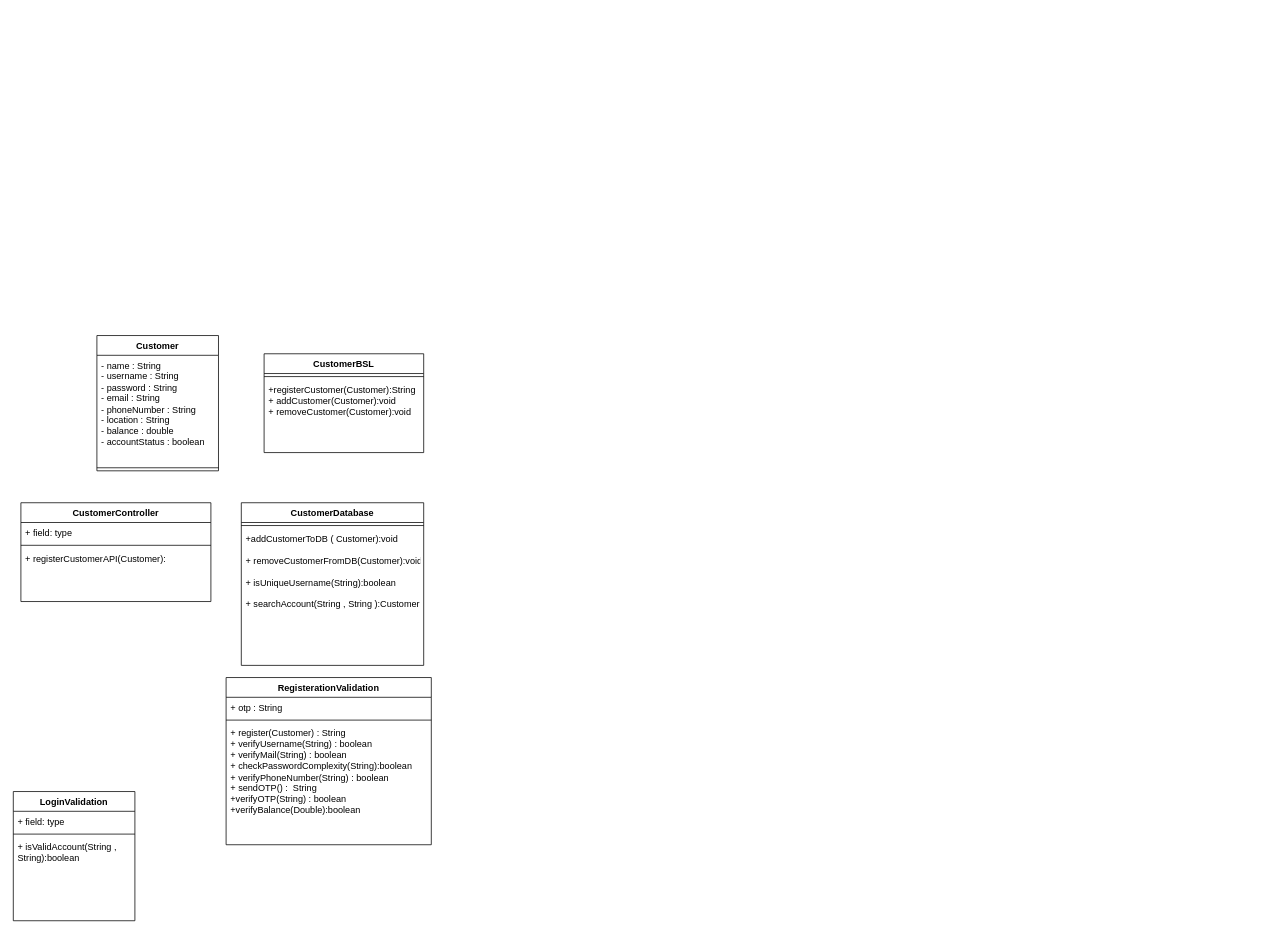
Doha-Tarek155/orders-notifications-service keeps this draw.io diagram as class Diagram.drawio. Above is the earlier version. Source tidied: cells renumbered, new cells numbered last; positions are measured from the earlier drawing's top-left corner, leaving out a move shared by most shapes. Both pictures are drawn from the tidied source at 76%, with x=0, y=0 at pixel (13, 335).
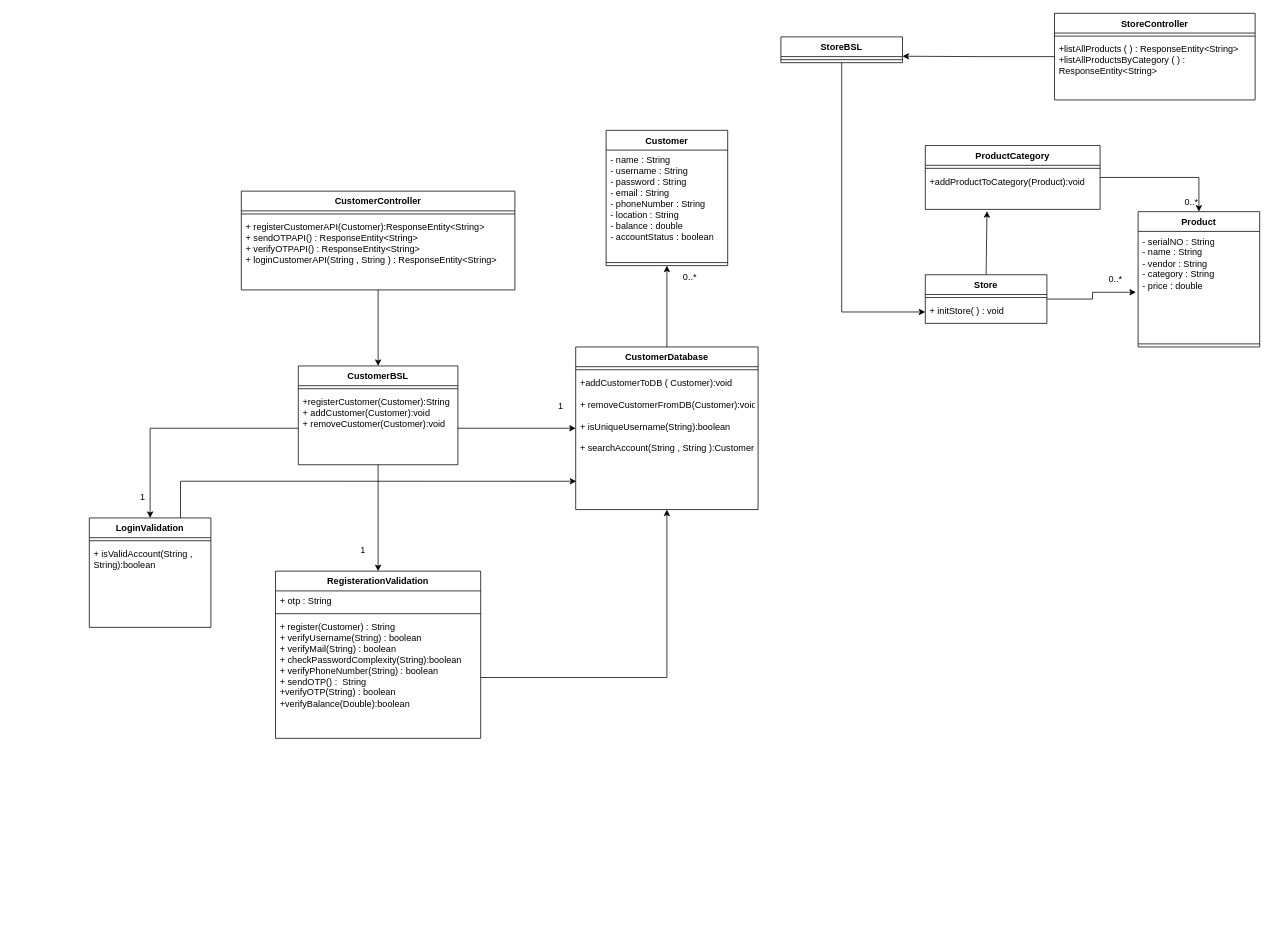
The same page after the edit.

Unchanged cells that the change refers to:
```xml
<mxCell id="7" value="+registerCustomer(Customer):String&lt;br&gt;+ addCustomer(Customer):void&lt;br&gt;+ removeCustomer(Customer):void&lt;br&gt;" style="text;strokeColor=none;fillColor=none;align=left;verticalAlign=top;spacingLeft=4;spacingRight=4;overflow=hidden;points=[[0,0.5],[1,0.5]];portConstraint=eastwest;whiteSpace=wrap;html=1;" parent="5" vertex="1">
  <mxGeometry y="34" width="210" height="96" as="geometry" />
</mxCell>
<mxCell id="14" value="+addCustomerToDB ( Customer):void&lt;br&gt;&lt;br&gt;+&amp;nbsp;removeCustomerFromDB(Customer):void&lt;br&gt;&lt;br&gt;+ isUniqueUsername(String):boolean&lt;br&gt;&lt;br&gt;+ searchAccount(String , String ):Customer" style="text;strokeColor=none;fillColor=none;align=left;verticalAlign=top;spacingLeft=4;spacingRight=4;overflow=hidden;points=[[0,0.5],[1,0.5]];portConstraint=eastwest;whiteSpace=wrap;html=1;" parent="12" vertex="1">
  <mxGeometry y="34" width="240" height="180" as="geometry" />
</mxCell>
<mxCell id="22" value="+ register(Customer) : String&lt;br&gt;+ verifyUsername(String) : boolean&lt;br&gt;+ verifyMail(String) : boolean&lt;br&gt;+ checkPasswordComplexity(String):boolean&lt;br&gt;+ verifyPhoneNumber(String) : boolean&lt;br&gt;+ sendOTP() :&amp;nbsp; String&lt;br&gt;+verifyOTP(String) : boolean&lt;br&gt;+verifyBalance(Double):boolean&lt;br&gt;&lt;br&gt;" style="text;strokeColor=none;fillColor=none;align=left;verticalAlign=top;spacingLeft=4;spacingRight=4;overflow=hidden;points=[[0,0.5],[1,0.5]];portConstraint=eastwest;whiteSpace=wrap;html=1;" parent="19" vertex="1">
  <mxGeometry y="60" width="270" height="160" as="geometry" />
</mxCell>
```

The edit, as a diff of the source:
```diff
@@
     <mxCell id="2" value="Customer" style="swimlane;fontStyle=1;align=center;verticalAlign=top;horizontal=1;startSize=26;whiteSpace=wrap;html=1;" parent="1" vertex="1">
-      <mxGeometry x="110" width="160" height="178" as="geometry" />
+      <mxGeometry x="780" y="-270" width="160" height="178" as="geometry" />
     </mxCell>
@@
+    <mxCell id="23" style="edgeStyle=orthogonalEdgeStyle;rounded=0;jettySize=auto;html=1;entryX=0.5;entryY=0;entryDx=0;entryDy=0;" parent="1" edge="1" source="5" target="19">
+      <mxGeometry relative="1" as="geometry" />
+    </mxCell>
     <mxCell id="5" value="CustomerBSL" style="swimlane;fontStyle=1;align=center;verticalAlign=top;horizontal=1;startSize=26;whiteSpace=wrap;html=1;" parent="1" vertex="1">
-      <mxGeometry x="330" y="24" width="210" height="130" as="geometry" />
+      <mxGeometry x="375" y="40" width="210" height="130" as="geometry" />
     </mxCell>
@@
+    <mxCell id="24" style="edgeStyle=orthogonalEdgeStyle;rounded=0;jettySize=auto;html=1;entryX=0.5;entryY=0;entryDx=0;entryDy=0;" parent="1" edge="1" source="8" target="5">
+      <mxGeometry relative="1" as="geometry" />
+    </mxCell>
     <mxCell id="8" value="CustomerController" style="swimlane;fontStyle=1;align=center;verticalAlign=top;horizontal=1;startSize=26;whiteSpace=wrap;html=1;" parent="1" vertex="1">
-      <mxGeometry x="10" y="220" width="250" height="130" as="geometry" />
+      <mxGeometry x="300" y="-190" width="360" height="130" as="geometry" />
     </mxCell>
-    <mxCell id="9" value="+ field: type" style="text;strokeColor=none;fillColor=none;align=left;verticalAlign=top;spacingLeft=4;spacingRight=4;overflow=hidden;whiteSpace=wrap;html=1;" parent="8" vertex="1">
-      <mxGeometry y="26" width="250" height="26" as="geometry" />
-    </mxCell>
     <mxCell id="10" style="line;strokeWidth=1;fillColor=none;align=left;verticalAlign=middle;spacingTop=-1;spacingLeft=3;spacingRight=3;labelPosition=right;strokeColor=inherit;" parent="8" vertex="1">
-      <mxGeometry y="52" width="250" height="8" as="geometry" />
+      <mxGeometry y="26" width="360" height="8" as="geometry" />
     </mxCell>
-    <mxCell id="11" value="+ registerCustomerAPI(Customer):" style="text;strokeColor=none;fillColor=none;align=left;verticalAlign=top;spacingLeft=4;spacingRight=4;overflow=hidden;whiteSpace=wrap;html=1;" parent="8" vertex="1">
-      <mxGeometry y="60" width="250" height="70" as="geometry" />
+    <mxCell id="11" value="+ registerCustomerAPI(Customer):ResponseEntity&amp;lt;String&amp;gt;&lt;br&gt;+ sendOTPAPI() : ResponseEntity&amp;lt;String&amp;gt;&lt;br&gt;+ verifyOTPAPI() :&amp;nbsp;ResponseEntity&amp;lt;String&amp;gt;&lt;br&gt;+ loginCustomerAPI(String , String ) :&amp;nbsp;ResponseEntity&amp;lt;String&amp;gt;" style="text;strokeColor=none;fillColor=none;align=left;verticalAlign=top;spacingLeft=4;spacingRight=4;overflow=hidden;whiteSpace=wrap;html=1;" parent="8" vertex="1">
+      <mxGeometry y="34" width="360" height="96" as="geometry" />
     </mxCell>
+    <mxCell id="25" style="edgeStyle=orthogonalEdgeStyle;rounded=0;jettySize=auto;html=1;entryX=0.5;entryY=1;entryDx=0;entryDy=0;" parent="1" edge="1" source="12" target="2">
+      <mxGeometry relative="1" as="geometry" />
+    </mxCell>
     <mxCell id="12" value="CustomerDatabase" style="swimlane;fontStyle=1;align=center;verticalAlign=top;horizontal=1;startSize=26;whiteSpace=wrap;html=1;" parent="1" vertex="1">
-      <mxGeometry x="300" y="220" width="240" height="214" as="geometry" />
+      <mxGeometry x="740" y="15" width="240" height="214" as="geometry" />
     </mxCell>
@@
     <mxCell id="15" value="LoginValidation" style="swimlane;fontStyle=1;align=center;verticalAlign=top;horizontal=1;startSize=26;whiteSpace=wrap;html=1;" parent="1" vertex="1">
-      <mxGeometry y="600" width="160" height="170" as="geometry" />
+      <mxGeometry x="100" y="240" width="160" height="144" as="geometry" />
     </mxCell>
-    <mxCell id="16" value="+ field: type" style="text;strokeColor=none;fillColor=none;align=left;verticalAlign=top;spacingLeft=4;spacingRight=4;overflow=hidden;whiteSpace=wrap;html=1;" parent="15" vertex="1">
-      <mxGeometry y="26" width="160" height="26" as="geometry" />
-    </mxCell>
     <mxCell id="17" style="line;strokeWidth=1;fillColor=none;align=left;verticalAlign=middle;spacingTop=-1;spacingLeft=3;spacingRight=3;labelPosition=right;strokeColor=inherit;" parent="15" vertex="1">
-      <mxGeometry y="52" width="160" height="8" as="geometry" />
+      <mxGeometry y="26" width="160" height="8" as="geometry" />
     </mxCell>
     <mxCell id="18" value="+ isValidAccount(String , String):boolean" style="text;strokeColor=none;fillColor=none;align=left;verticalAlign=top;spacingLeft=4;spacingRight=4;overflow=hidden;points=[[0,0.5],[1,0.5]];portConstraint=eastwest;whiteSpace=wrap;html=1;" parent="15" vertex="1">
-      <mxGeometry y="60" width="160" height="110" as="geometry" />
+      <mxGeometry y="34" width="160" height="110" as="geometry" />
     </mxCell>
+    <mxCell id="26" style="edgeStyle=orthogonalEdgeStyle;rounded=0;orthogonalLoop=1;jettySize=auto;html=1;exitX=1;exitY=0.5;exitDx=0;exitDy=0;" parent="15" edge="1" source="18" target="18">
+      <mxGeometry relative="1" as="geometry" />
+    </mxCell>
     <mxCell id="19" value="RegisterationValidation" style="swimlane;fontStyle=1;align=center;verticalAlign=top;horizontal=1;startSize=26;whiteSpace=wrap;html=1;" parent="1" vertex="1">
-      <mxGeometry x="280" y="450" width="270" height="220" as="geometry" />
+      <mxGeometry x="345" y="310" width="270" height="220" as="geometry" />
     </mxCell>
@@
+    <mxCell id="27" style="edgeStyle=orthogonalEdgeStyle;rounded=0;jettySize=auto;html=1;entryX=0.5;entryY=0;entryDx=0;entryDy=0;" parent="1" edge="1" source="7" target="15">
+      <mxGeometry relative="1" as="geometry" />
+    </mxCell>
+    <mxCell id="28" style="edgeStyle=orthogonalEdgeStyle;rounded=0;jettySize=auto;html=1;exitX=1;exitY=0.5;exitDx=0;exitDy=0;" parent="1" edge="1" source="7" target="12">
+      <mxGeometry relative="1" as="geometry" />
+    </mxCell>
+    <mxCell id="29" style="edgeStyle=orthogonalEdgeStyle;rounded=0;jettySize=auto;html=1;entryX=0.5;entryY=1;entryDx=0;entryDy=0;" parent="1" edge="1" source="22" target="12">
+      <mxGeometry relative="1" as="geometry" />
+    </mxCell>
+    <mxCell id="30" value="0..*" style="text;html=1;align=center;verticalAlign=middle;strokeColor=none;fillColor=none;" parent="1" vertex="1">
+      <mxGeometry x="870" y="-92" width="40" height="30" as="geometry" />
+    </mxCell>
+    <mxCell id="31" value="1" style="text;html=1;align=center;verticalAlign=middle;strokeColor=none;fillColor=none;" parent="1" vertex="1">
+      <mxGeometry x="705" y="78" width="30" height="30" as="geometry" />
+    </mxCell>
+    <mxCell id="32" value="1" style="text;html=1;align=center;verticalAlign=middle;strokeColor=none;fillColor=none;" parent="1" vertex="1">
+      <mxGeometry x="445" y="268" width="30" height="30" as="geometry" />
+    </mxCell>
+    <mxCell id="33" style="edgeStyle=orthogonalEdgeStyle;rounded=0;jettySize=auto;html=1;exitX=0.75;exitY=0;exitDx=0;exitDy=0;entryX=0.003;entryY=0.793;entryDx=0;entryDy=0;entryPerimeter=0;" parent="1" edge="1" source="15" target="14">
+      <mxGeometry relative="1" as="geometry" />
+    </mxCell>
+    <mxCell id="34" value="1" style="text;html=1;align=center;verticalAlign=middle;strokeColor=none;fillColor=none;" parent="1" vertex="1">
+      <mxGeometry x="155" y="198" width="30" height="30" as="geometry" />
+    </mxCell>
+    <mxCell id="35" value="Product" style="swimlane;fontStyle=1;align=center;verticalAlign=top;horizontal=1;startSize=26;whiteSpace=wrap;html=1;" parent="1" vertex="1">
+      <mxGeometry x="1480" y="-163" width="160" height="178" as="geometry" />
+    </mxCell>
+    <mxCell id="36" value="- serialNO : String&lt;br&gt;- name : String&lt;br&gt;- vendor : String&lt;br&gt;- category : String&lt;br&gt;- price : double" style="text;strokeColor=none;fillColor=none;align=left;verticalAlign=top;spacingLeft=4;spacingRight=4;overflow=hidden;points=[[0,0.5],[1,0.5]];portConstraint=eastwest;whiteSpace=wrap;html=1;" parent="35" vertex="1">
+      <mxGeometry y="26" width="160" height="144" as="geometry" />
+    </mxCell>
+    <mxCell id="37" style="line;strokeWidth=1;fillColor=none;align=left;verticalAlign=middle;spacingTop=-1;spacingLeft=3;spacingRight=3;labelPosition=right;strokeColor=inherit;" parent="35" vertex="1">
+      <mxGeometry y="170" width="160" height="8" as="geometry" />
+    </mxCell>
+    <mxCell id="38" style="edgeStyle=orthogonalEdgeStyle;rounded=0;jettySize=auto;html=1;entryX=0.5;entryY=0;entryDx=0;entryDy=0;" parent="1" edge="1" source="39" target="35">
+      <mxGeometry relative="1" as="geometry" />
+    </mxCell>
+    <mxCell id="39" value="ProductCategory" style="swimlane;fontStyle=1;align=center;verticalAlign=top;horizontal=1;startSize=26;whiteSpace=wrap;html=1;" parent="1" vertex="1">
+      <mxGeometry x="1200" y="-250" width="230" height="84" as="geometry" />
+    </mxCell>
+    <mxCell id="40" style="line;strokeWidth=1;fillColor=none;align=left;verticalAlign=middle;spacingTop=-1;spacingLeft=3;spacingRight=3;labelPosition=right;strokeColor=inherit;" parent="39" vertex="1">
+      <mxGeometry y="26" width="230" height="8" as="geometry" />
+    </mxCell>
+    <mxCell id="41" value="+addProductToCategory(Product):void&lt;br&gt;" style="text;strokeColor=none;fillColor=none;align=left;verticalAlign=top;spacingLeft=4;spacingRight=4;overflow=hidden;points=[[0,0.5],[1,0.5]];portConstraint=eastwest;whiteSpace=wrap;html=1;" parent="39" vertex="1">
+      <mxGeometry y="34" width="230" height="50" as="geometry" />
+    </mxCell>
+    <mxCell id="42" value="Store" style="swimlane;fontStyle=1;align=center;verticalAlign=top;horizontal=1;startSize=26;whiteSpace=wrap;html=1;" parent="1" vertex="1">
+      <mxGeometry x="1200" y="-80" width="160" height="64" as="geometry" />
+    </mxCell>
+    <mxCell id="43" style="line;strokeWidth=1;fillColor=none;align=left;verticalAlign=middle;spacingTop=-1;spacingLeft=3;spacingRight=3;labelPosition=right;strokeColor=inherit;" parent="42" vertex="1">
+      <mxGeometry y="26" width="160" height="8" as="geometry" />
+    </mxCell>
+    <mxCell id="44" value="+ initStore( ) : void" style="text;strokeColor=none;fillColor=none;align=left;verticalAlign=top;spacingLeft=4;spacingRight=4;overflow=hidden;points=[[0,0.5],[1,0.5]];portConstraint=eastwest;whiteSpace=wrap;html=1;" parent="42" vertex="1">
+      <mxGeometry y="34" width="160" height="30" as="geometry" />
+    </mxCell>
+    <mxCell id="45" style="edgeStyle=orthogonalEdgeStyle;rounded=0;jettySize=auto;html=1;entryX=1;entryY=0.75;entryDx=0;entryDy=0;" parent="1" edge="1" source="46" target="50">
+      <mxGeometry relative="1" as="geometry" />
+    </mxCell>
+    <mxCell id="46" value="StoreController" style="swimlane;fontStyle=1;align=center;verticalAlign=top;horizontal=1;startSize=26;whiteSpace=wrap;html=1;" parent="1" vertex="1">
+      <mxGeometry x="1370" y="-424" width="264" height="114" as="geometry" />
+    </mxCell>
+    <mxCell id="47" style="line;strokeWidth=1;fillColor=none;align=left;verticalAlign=middle;spacingTop=-1;spacingLeft=3;spacingRight=3;labelPosition=right;strokeColor=inherit;" parent="46" vertex="1">
+      <mxGeometry y="26" width="264" height="8" as="geometry" />
+    </mxCell>
+    <mxCell id="48" value="+listAllProducts ( ) : ResponseEntity&amp;lt;String&amp;gt;&lt;br&gt;+listAllProductsByCategory ( ) : ResponseEntity&amp;lt;String&amp;gt;" style="text;strokeColor=none;fillColor=none;align=left;verticalAlign=top;spacingLeft=4;spacingRight=4;overflow=hidden;whiteSpace=wrap;html=1;" parent="46" vertex="1">
+      <mxGeometry y="34" width="264" height="80" as="geometry" />
+    </mxCell>
+    <mxCell id="49" style="edgeStyle=orthogonalEdgeStyle;rounded=0;jettySize=auto;html=1;exitX=0.5;exitY=1;exitDx=0;exitDy=0;entryX=0;entryY=0.5;entryDx=0;entryDy=0;" parent="1" edge="1" source="50" target="44">
+      <mxGeometry relative="1" as="geometry" />
+    </mxCell>
+    <mxCell id="50" value="StoreBSL" style="swimlane;fontStyle=1;align=center;verticalAlign=top;horizontal=1;startSize=26;whiteSpace=wrap;html=1;" parent="1" vertex="1">
+      <mxGeometry x="1010" y="-393" width="160" height="34" as="geometry" />
+    </mxCell>
+    <mxCell id="51" style="line;strokeWidth=1;fillColor=none;align=left;verticalAlign=middle;spacingTop=-1;spacingLeft=3;spacingRight=3;labelPosition=right;strokeColor=inherit;" parent="50" vertex="1">
+      <mxGeometry y="26" width="160" height="8" as="geometry" />
+    </mxCell>
+    <mxCell id="52" value="0..*" style="text;html=1;align=center;verticalAlign=middle;strokeColor=none;fillColor=none;" parent="1" vertex="1">
+      <mxGeometry x="1530" y="-190" width="40" height="30" as="geometry" />
+    </mxCell>
+    <mxCell id="53" style="endArrow=classic;html=1;rounded=0;entryX=0.353;entryY=1.047;entryDx=0;entryDy=0;entryPerimeter=0;exitX=0.5;exitY=0;exitDx=0;exitDy=0;" parent="1" edge="1" source="42" target="41">
+      <mxGeometry relative="1" as="geometry" />
+    </mxCell>
+    <mxCell id="54" style="edgeStyle=orthogonalEdgeStyle;rounded=0;jettySize=auto;html=1;exitX=1;exitY=0.5;exitDx=0;exitDy=0;entryX=-0.018;entryY=0.556;entryDx=0;entryDy=0;entryPerimeter=0;" parent="1" edge="1" source="42" target="36">
+      <mxGeometry relative="1" as="geometry" />
+    </mxCell>
+    <mxCell id="55" value="0..*" style="text;html=1;align=center;verticalAlign=middle;strokeColor=none;fillColor=none;" parent="1" vertex="1">
+      <mxGeometry x="1430" y="-89" width="40" height="30" as="geometry" />
+    </mxCell>
```
